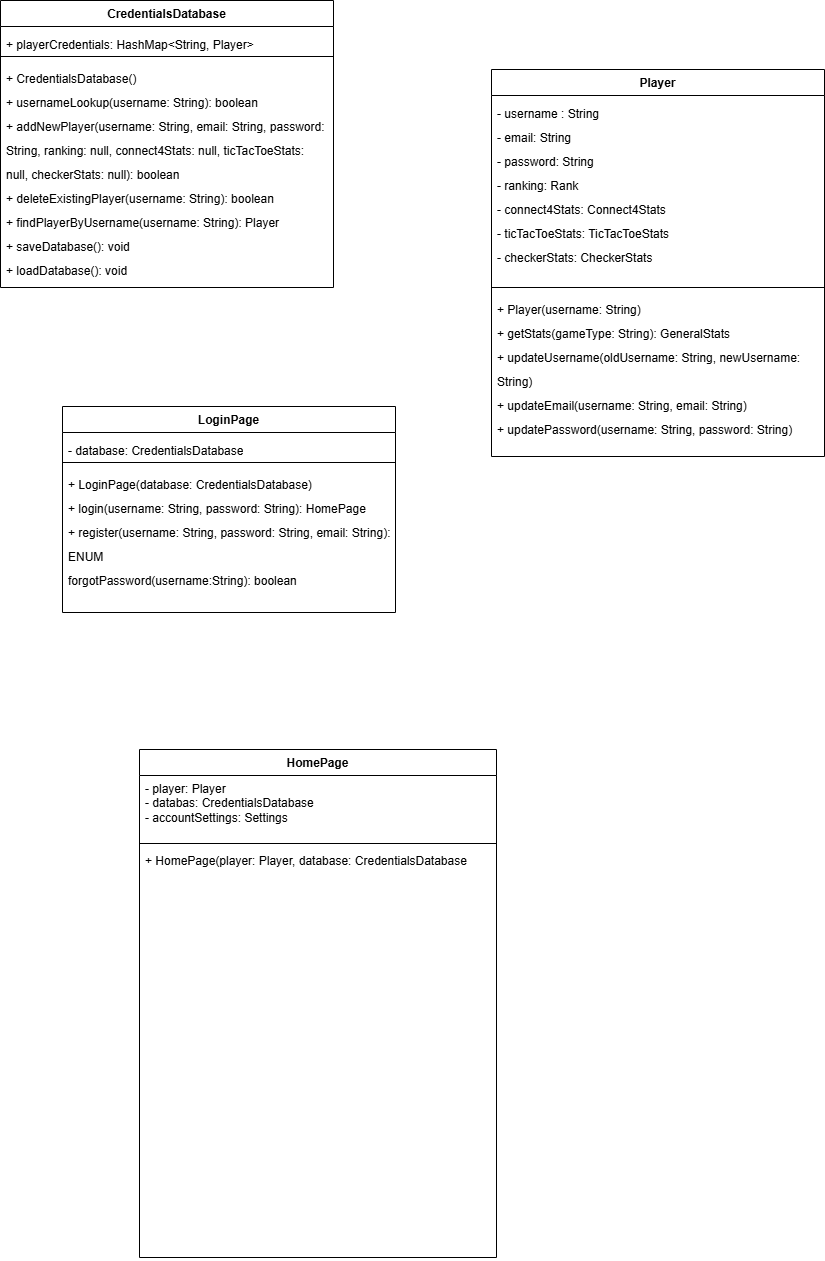
Earlier version of the draw.io export ClassStructureAuthentication.drawio.png (farshadislam/Socketed-Multigame-GUI). Source tidied: cells renumbered, new cells last; positions are measured from the earlier drawing's top-left corner, leaving out a move shared by most shapes.
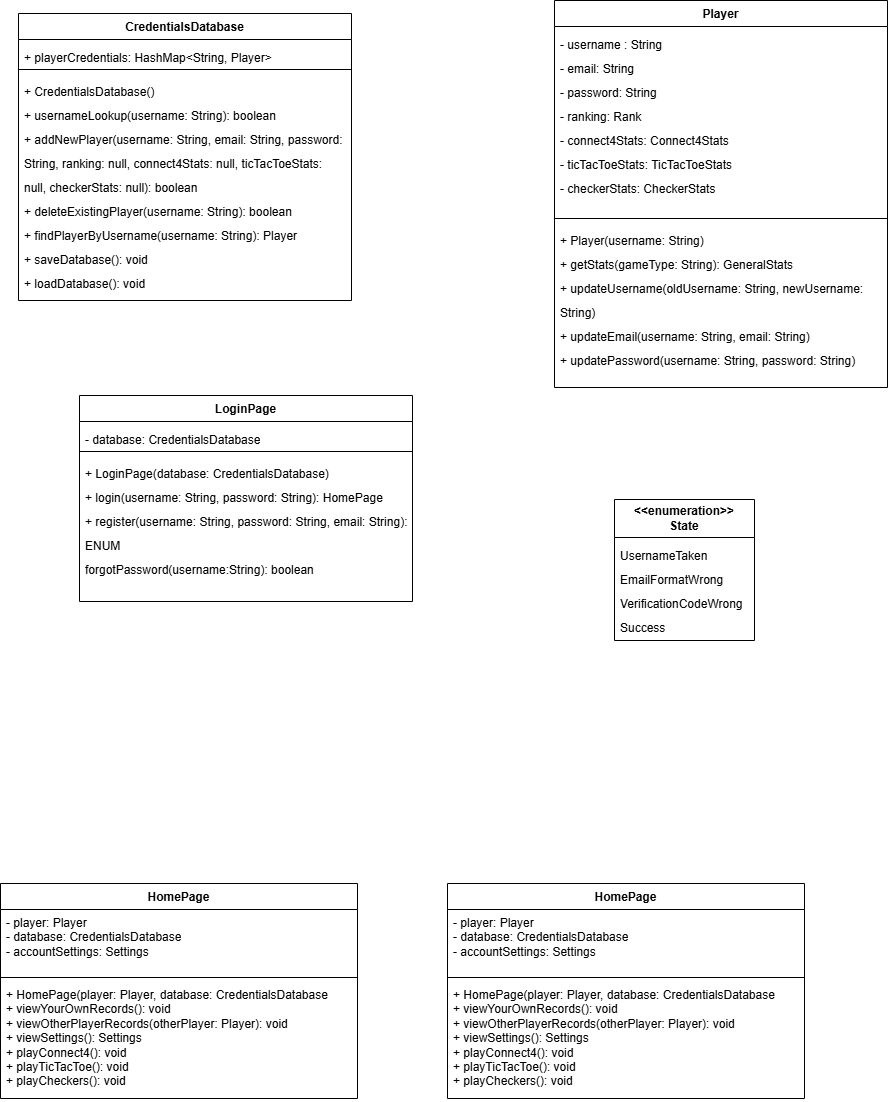
Above is the later version.

Commit message:
updated structure diagram, added state enum

Change to the diagram source:
```diff
@@ -3,7 +3,7 @@
     <mxCell id="0" />
     <mxCell id="1" parent="0" />
     <mxCell id="2" value="CredentialsDatabase" style="swimlane;fontStyle=1;align=center;verticalAlign=top;horizontal=1;startSize=26;whiteSpace=wrap;html=1;" parent="1" vertex="1">
-      <mxGeometry width="333" height="287" as="geometry" />
+      <mxGeometry x="82" y="6" width="333" height="287" as="geometry" />
     </mxCell>
     <mxCell id="3" value="&lt;div style=&quot;line-height: 200%;&quot;&gt;+ playerCredentials: HashMap&amp;lt;String, Player&amp;gt;&lt;span style=&quot;background-color: transparent; color: light-dark(rgb(0, 0, 0), rgb(255, 255, 255));&quot;&gt;&amp;nbsp;&amp;nbsp;&lt;/span&gt;&lt;/div&gt;" style="text;strokeColor=none;fillColor=none;align=left;verticalAlign=top;spacingLeft=4;spacingRight=4;overflow=hidden;whiteSpace=wrap;html=1;" parent="2" vertex="1">
       <mxGeometry y="26" width="333" height="26" as="geometry" />
@@ -15,7 +15,7 @@
       <mxGeometry y="60" width="333" height="227" as="geometry" />
     </mxCell>
     <mxCell id="6" value="Player" style="swimlane;fontStyle=1;align=center;verticalAlign=top;horizontal=1;startSize=26;whiteSpace=wrap;html=1;" parent="1" vertex="1">
-      <mxGeometry x="491" y="69" width="333" height="387" as="geometry" />
+      <mxGeometry x="618" y="-7" width="333" height="387" as="geometry" />
     </mxCell>
     <mxCell id="7" value="&lt;div style=&quot;line-height: 200%;&quot;&gt;- username : String&lt;/div&gt;&lt;div style=&quot;line-height: 200%;&quot;&gt;&lt;span style=&quot;background-color: transparent; color: light-dark(rgb(0, 0, 0), rgb(255, 255, 255));&quot;&gt;- email: String&lt;/span&gt;&lt;/div&gt;&lt;div style=&quot;line-height: 200%;&quot;&gt;&lt;span style=&quot;background-color: transparent; color: light-dark(rgb(0, 0, 0), rgb(255, 255, 255));&quot;&gt;- password: String&lt;/span&gt;&lt;/div&gt;&lt;div style=&quot;line-height: 200%;&quot;&gt;&lt;span style=&quot;background-color: transparent; color: light-dark(rgb(0, 0, 0), rgb(255, 255, 255));&quot;&gt;- ranking: Rank&amp;nbsp;&lt;/span&gt;&lt;/div&gt;&lt;div style=&quot;line-height: 200%;&quot;&gt;&lt;span style=&quot;background-color: transparent; color: light-dark(rgb(0, 0, 0), rgb(255, 255, 255));&quot;&gt;- connect4Stats: Connect4Stats&lt;/span&gt;&lt;/div&gt;&lt;div style=&quot;line-height: 200%;&quot;&gt;&lt;span style=&quot;background-color: transparent; color: light-dark(rgb(0, 0, 0), rgb(255, 255, 255));&quot;&gt;- ticTacToeStats: TicTacToeStats&lt;/span&gt;&lt;/div&gt;&lt;div style=&quot;line-height: 200%;&quot;&gt;&lt;span style=&quot;background-color: transparent; color: light-dark(rgb(0, 0, 0), rgb(255, 255, 255));&quot;&gt;- checkerStats: CheckerStats&lt;/span&gt;&lt;/div&gt;&lt;div style=&quot;line-height: 200%;&quot;&gt;&lt;span style=&quot;background-color: transparent; color: light-dark(rgb(0, 0, 0), rgb(255, 255, 255));&quot;&gt;&lt;br&gt;&lt;/span&gt;&lt;/div&gt;&lt;div style=&quot;line-height: 200%;&quot;&gt;&lt;span style=&quot;background-color: transparent; color: light-dark(rgb(0, 0, 0), rgb(255, 255, 255));&quot;&gt;&amp;nbsp;&amp;nbsp;&lt;/span&gt;&lt;/div&gt;" style="text;strokeColor=none;fillColor=none;align=left;verticalAlign=top;spacingLeft=4;spacingRight=4;overflow=hidden;whiteSpace=wrap;html=1;" parent="6" vertex="1">
       <mxGeometry y="26" width="333" height="188" as="geometry" />
@@ -27,7 +27,7 @@
       <mxGeometry y="222" width="333" height="165" as="geometry" />
     </mxCell>
     <mxCell id="10" value="LoginPage" style="swimlane;fontStyle=1;align=center;verticalAlign=top;horizontal=1;startSize=26;whiteSpace=wrap;html=1;" parent="1" vertex="1">
-      <mxGeometry x="62" y="406" width="333" height="206" as="geometry" />
+      <mxGeometry x="143" y="388" width="333" height="206" as="geometry" />
     </mxCell>
     <mxCell id="11" value="&lt;div style=&quot;line-height: 200%;&quot;&gt;- database: CredentialsDatabase&lt;/div&gt;" style="text;strokeColor=none;fillColor=none;align=left;verticalAlign=top;spacingLeft=4;spacingRight=4;overflow=hidden;whiteSpace=wrap;html=1;" parent="10" vertex="1">
       <mxGeometry y="26" width="333" height="26" as="geometry" />
@@ -39,16 +39,34 @@
       <mxGeometry y="60" width="333" height="146" as="geometry" />
     </mxCell>
     <mxCell id="14" value="HomePage" style="swimlane;fontStyle=1;align=center;verticalAlign=top;horizontal=1;startSize=26;whiteSpace=wrap;html=1;" parent="1" vertex="1">
-      <mxGeometry x="139" y="749" width="357" height="508" as="geometry" />
+      <mxGeometry x="64" y="876" width="357" height="215" as="geometry" />
     </mxCell>
-    <mxCell id="15" value="- player: Player&lt;div&gt;- databas: CredentialsDatabase&lt;/div&gt;&lt;div&gt;- accountSettings: Settings&lt;/div&gt;&lt;div&gt;&lt;br&gt;&lt;/div&gt;" style="text;strokeColor=none;fillColor=none;align=left;verticalAlign=top;spacingLeft=4;spacingRight=4;overflow=hidden;whiteSpace=wrap;html=1;" parent="14" vertex="1">
+    <mxCell id="15" value="- player: Player&lt;div&gt;- database: CredentialsDatabase&lt;/div&gt;&lt;div&gt;- accountSettings: Settings&lt;/div&gt;&lt;div&gt;&lt;br&gt;&lt;/div&gt;" style="text;strokeColor=none;fillColor=none;align=left;verticalAlign=top;spacingLeft=4;spacingRight=4;overflow=hidden;whiteSpace=wrap;html=1;" parent="14" vertex="1">
       <mxGeometry y="26" width="357" height="64" as="geometry" />
     </mxCell>
     <mxCell id="16" style="line;strokeWidth=1;fillColor=none;align=left;verticalAlign=middle;spacingTop=-1;spacingLeft=3;spacingRight=3;labelPosition=right;strokeColor=inherit;" parent="14" vertex="1">
       <mxGeometry y="90" width="357" height="8" as="geometry" />
     </mxCell>
-    <mxCell id="17" value="+ HomePage(player: Player, database: CredentialsDatabase" style="text;strokeColor=none;fillColor=none;align=left;verticalAlign=top;spacingLeft=4;spacingRight=4;overflow=hidden;whiteSpace=wrap;html=1;" parent="14" vertex="1">
-      <mxGeometry y="98" width="357" height="410" as="geometry" />
+    <mxCell id="17" value="+ HomePage(player: Player, database: CredentialsDatabase&lt;div&gt;+ viewYourOwnRecords(): void&lt;/div&gt;&lt;div&gt;+ viewOtherPlayerRecords(otherPlayer: Player): void&lt;/div&gt;&lt;div&gt;+ viewSettings(): Settings&lt;/div&gt;&lt;div&gt;+ playConnect4(): void&lt;/div&gt;&lt;div&gt;+ playTicTacToe(): void&lt;/div&gt;&lt;div&gt;+ playCheckers(): void&lt;/div&gt;" style="text;strokeColor=none;fillColor=none;align=left;verticalAlign=top;spacingLeft=4;spacingRight=4;overflow=hidden;whiteSpace=wrap;html=1;" parent="14" vertex="1">
+      <mxGeometry y="98" width="357" height="117" as="geometry" />
     </mxCell>
+    <mxCell id="18" value="&lt;b&gt;&amp;lt;&amp;lt;enumeration&amp;gt;&amp;gt;&lt;/b&gt;&lt;div&gt;&lt;b&gt;State&lt;/b&gt;&lt;/div&gt;" style="swimlane;fontStyle=0;horizontal=1;startSize=38;fillColor=none;whiteSpace=wrap;html=1;" parent="1" vertex="1">
+      <mxGeometry x="678" y="492" width="140" height="141" as="geometry" />
+    </mxCell>
+    <mxCell id="19" value="&lt;div style=&quot;line-height: 200%;&quot;&gt;UsernameTaken&lt;/div&gt;&lt;div style=&quot;line-height: 200%;&quot;&gt;E&lt;span style=&quot;background-color: transparent; color: light-dark(rgb(0, 0, 0), rgb(255, 255, 255));&quot;&gt;mailFormatWrong&lt;/span&gt;&lt;div&gt;VerificationCodeWrong&lt;/div&gt;&lt;div&gt;Success&lt;/div&gt;&lt;/div&gt;" style="text;strokeColor=none;fillColor=none;align=left;verticalAlign=top;spacingLeft=4;spacingRight=4;overflow=hidden;whiteSpace=wrap;html=1;" parent="18" vertex="1">
+      <mxGeometry y="38" width="140" height="103" as="geometry" />
+    </mxCell>
+    <mxCell id="20" value="HomePage" style="swimlane;fontStyle=1;align=center;verticalAlign=top;horizontal=1;startSize=26;whiteSpace=wrap;html=1;" parent="1" vertex="1">
+      <mxGeometry x="511" y="876" width="357" height="215" as="geometry" />
+    </mxCell>
+    <mxCell id="21" value="- player: Player&lt;div&gt;- database: CredentialsDatabase&lt;/div&gt;&lt;div&gt;- accountSettings: Settings&lt;/div&gt;&lt;div&gt;&lt;br&gt;&lt;/div&gt;" style="text;strokeColor=none;fillColor=none;align=left;verticalAlign=top;spacingLeft=4;spacingRight=4;overflow=hidden;whiteSpace=wrap;html=1;" parent="20" vertex="1">
+      <mxGeometry y="26" width="357" height="64" as="geometry" />
+    </mxCell>
+    <mxCell id="22" style="line;strokeWidth=1;fillColor=none;align=left;verticalAlign=middle;spacingTop=-1;spacingLeft=3;spacingRight=3;labelPosition=right;strokeColor=inherit;" parent="20" vertex="1">
+      <mxGeometry y="90" width="357" height="8" as="geometry" />
+    </mxCell>
+    <mxCell id="23" value="+ HomePage(player: Player, database: CredentialsDatabase&lt;div&gt;+ viewYourOwnRecords(): void&lt;/div&gt;&lt;div&gt;+ viewOtherPlayerRecords(otherPlayer: Player): void&lt;/div&gt;&lt;div&gt;+ viewSettings(): Settings&lt;/div&gt;&lt;div&gt;+ playConnect4(): void&lt;/div&gt;&lt;div&gt;+ playTicTacToe(): void&lt;/div&gt;&lt;div&gt;+ playCheckers(): void&lt;/div&gt;" style="text;strokeColor=none;fillColor=none;align=left;verticalAlign=top;spacingLeft=4;spacingRight=4;overflow=hidden;whiteSpace=wrap;html=1;" parent="20" vertex="1">
+      <mxGeometry y="98" width="357" height="117" as="geometry" />
+    </mxCell>
   </root>
 </mxGraphModel>
```
